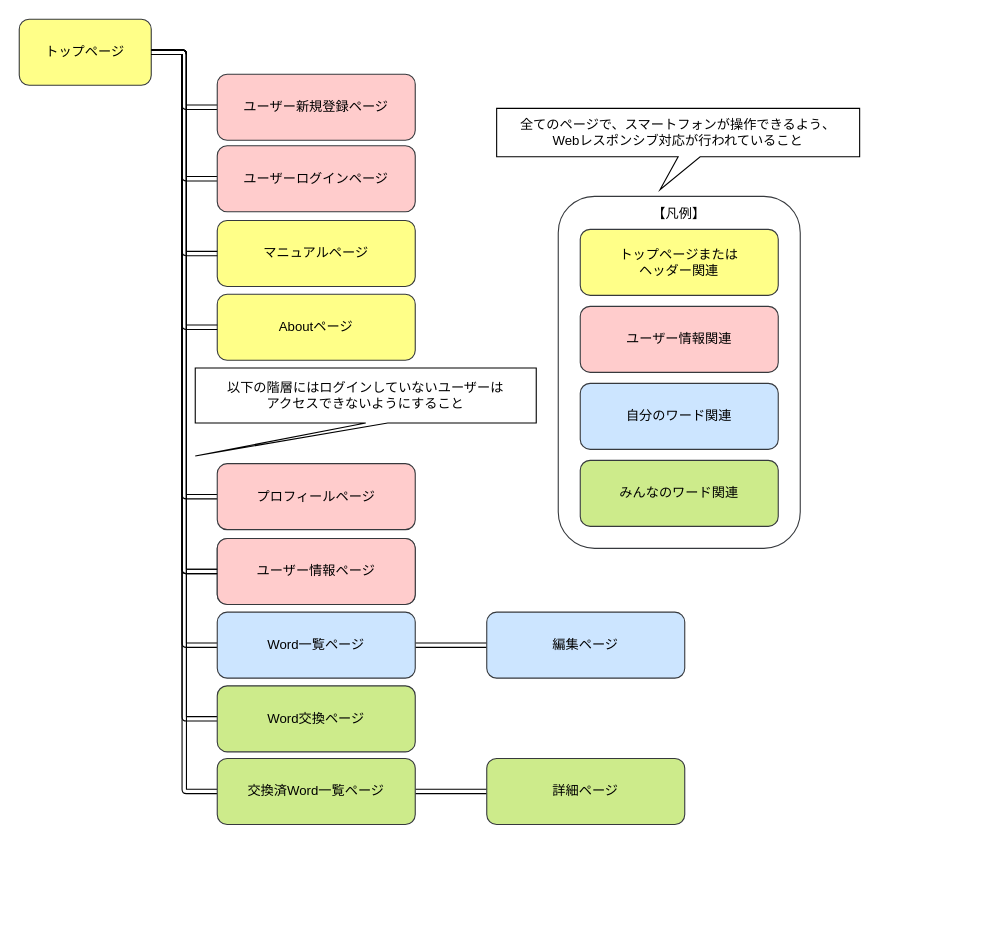
Above: 画面遷移図.dio in portfoliokns/word_experience (draw.io), before the change. Source tidied: cells renumbered, new cells numbered last; positions are measured from the earlier drawing's top-left corner, leaving out a move shared by most shapes. Both pictures are drawn from the tidied source at 110%, with x=0, y=0 at pixel (19, 19).
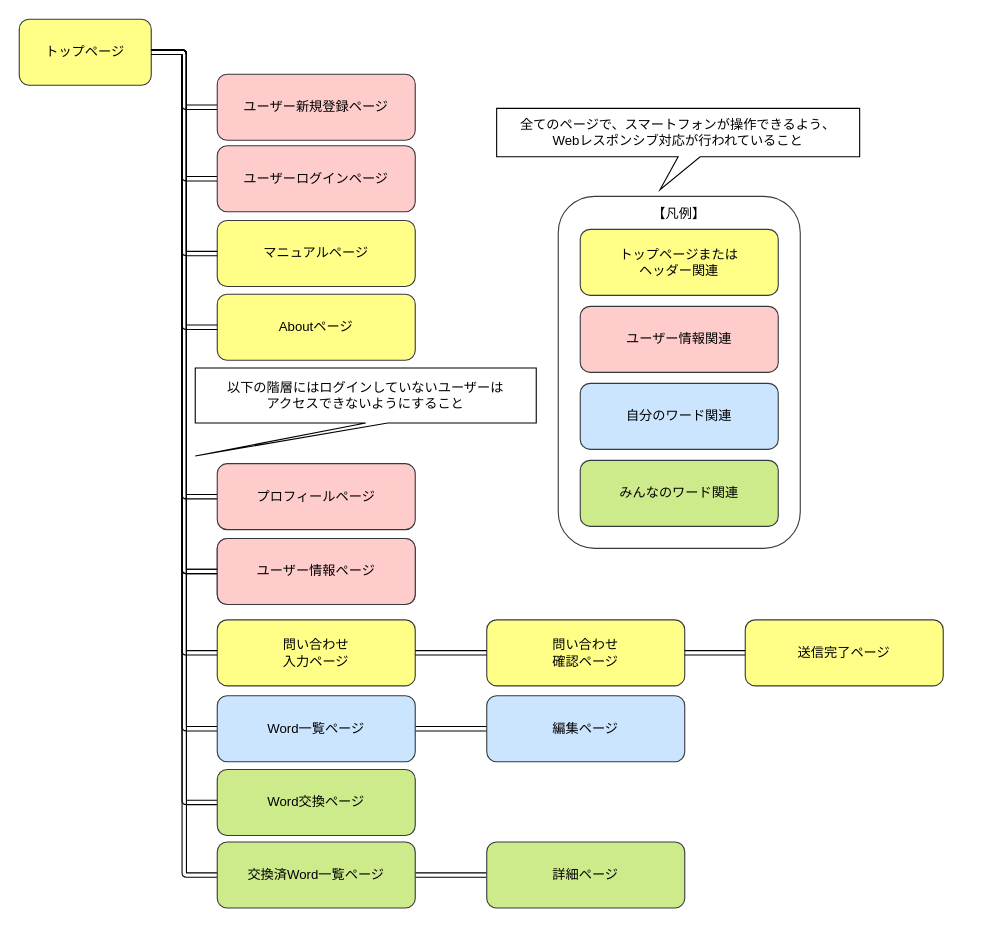
Above is the later version.

Unchanged cells that the change refers to:
```xml
<mxCell id="9" value="&lt;font color=&quot;#000000&quot;&gt;トップページ&lt;/font&gt;" style="rounded=1;whiteSpace=wrap;html=1;fillColor=#ffff88;strokeColor=#36393d;" parent="1" vertex="1">
  <mxGeometry width="120" height="60" as="geometry" />
</mxCell>
```

Diff of the diagram source:
```diff
@@
     <mxCell id="14" value="&lt;font color=&quot;#000000&quot;&gt;Word一覧ページ&lt;/font&gt;" style="rounded=1;whiteSpace=wrap;html=1;fillColor=#cce5ff;strokeColor=#36393d;" parent="1" vertex="1">
-      <mxGeometry x="180" y="539" width="180" height="60" as="geometry" />
+      <mxGeometry x="180" y="615" width="180" height="60" as="geometry" />
     </mxCell>
@@
     <mxCell id="16" value="&lt;font color=&quot;#000000&quot;&gt;交換済Word一覧ページ&lt;/font&gt;" style="rounded=1;whiteSpace=wrap;html=1;fillColor=#cdeb8b;strokeColor=#36393d;" parent="1" vertex="1">
-      <mxGeometry x="180" y="672" width="180" height="60" as="geometry" />
+      <mxGeometry x="180" y="748" width="180" height="60" as="geometry" />
     </mxCell>
@@
     <mxCell id="18" value="&lt;font color=&quot;#000000&quot;&gt;編集ページ&lt;/font&gt;" style="rounded=1;whiteSpace=wrap;html=1;fillColor=#cce5ff;strokeColor=#36393d;" parent="1" vertex="1">
-      <mxGeometry x="425" y="539" width="180" height="60" as="geometry" />
+      <mxGeometry x="425" y="615" width="180" height="60" as="geometry" />
     </mxCell>
     <mxCell id="19" value="&lt;font color=&quot;#000000&quot;&gt;詳細ページ&lt;/font&gt;" style="rounded=1;whiteSpace=wrap;html=1;fillColor=#cdeb8b;strokeColor=#36393d;" parent="1" vertex="1">
-      <mxGeometry x="425" y="672" width="180" height="60" as="geometry" />
+      <mxGeometry x="425" y="748" width="180" height="60" as="geometry" />
     </mxCell>
@@
     <mxCell id="21" value="&lt;font color=&quot;#000000&quot;&gt;Word交換ページ&lt;/font&gt;" style="rounded=1;whiteSpace=wrap;html=1;fillColor=#cdeb8b;strokeColor=#36393d;" parent="1" vertex="1">
-      <mxGeometry x="180" y="606" width="180" height="60" as="geometry" />
+      <mxGeometry x="180" y="682" width="180" height="60" as="geometry" />
     </mxCell>
@@
+    <mxCell id="35" value="&lt;font color=&quot;#000000&quot;&gt;問い合わせ&lt;br&gt;入力ページ&lt;/font&gt;" style="rounded=1;whiteSpace=wrap;html=1;fillColor=#ffff88;strokeColor=#36393d;" parent="1" vertex="1">
+      <mxGeometry x="180" y="546" width="180" height="60" as="geometry" />
+    </mxCell>
+    <mxCell id="36" style="edgeStyle=orthogonalEdgeStyle;shape=link;html=1;entryX=0;entryY=0.5;entryDx=0;entryDy=0;fontColor=#000000;exitX=1;exitY=0.5;exitDx=0;exitDy=0;" parent="1" edge="1" source="9" target="35">
+      <mxGeometry relative="1" as="geometry" />
+    </mxCell>
+    <mxCell id="37" value="&lt;font color=&quot;#000000&quot;&gt;問い合わせ&lt;br&gt;確認ページ&lt;/font&gt;" style="rounded=1;whiteSpace=wrap;html=1;fillColor=#ffff88;strokeColor=#36393d;" parent="1" vertex="1">
+      <mxGeometry x="425" y="546" width="180" height="60" as="geometry" />
+    </mxCell>
+    <mxCell id="38" value="&lt;font color=&quot;#000000&quot;&gt;送信完了ページ&lt;/font&gt;" style="rounded=1;whiteSpace=wrap;html=1;fillColor=#ffff88;strokeColor=#36393d;" parent="1" vertex="1">
+      <mxGeometry x="660" y="546" width="180" height="60" as="geometry" />
+    </mxCell>
+    <mxCell id="39" style="edgeStyle=orthogonalEdgeStyle;html=1;entryX=0;entryY=0.5;entryDx=0;entryDy=0;shape=link;exitX=1;exitY=0.5;exitDx=0;exitDy=0;" parent="1" edge="1" source="35" target="37">
+      <mxGeometry relative="1" as="geometry" />
+    </mxCell>
+    <mxCell id="40" style="edgeStyle=orthogonalEdgeStyle;html=1;entryX=0;entryY=0.5;entryDx=0;entryDy=0;shape=link;exitX=1;exitY=0.5;exitDx=0;exitDy=0;" parent="1" edge="1" source="37" target="38">
+      <mxGeometry relative="1" as="geometry" />
+    </mxCell>
```
